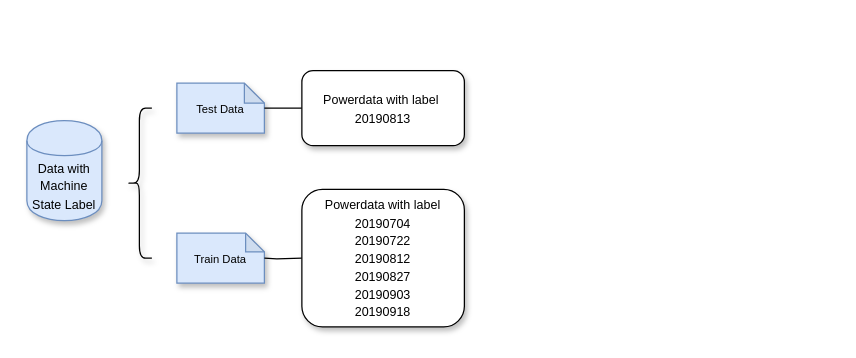
The draw.io diagram knndata.drawio in nimeng95/monika, before the edit. Source tidied: cells renumbered, new cells numbered last; positions are measured from the earlier drawing's top-left corner, leaving out a move shared by most shapes. Both pictures are drawn from the tidied source at 125%, with x=0, y=0 at pixel (26, 70).
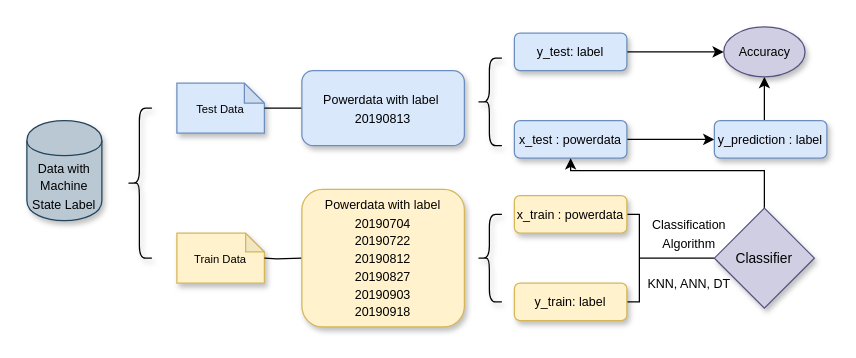
The same page after the edit.

Diff of the diagram source:
```diff
@@
-    <mxCell id="3" value="&lt;font style=&quot;font-size: 9px&quot;&gt;Train Data&lt;/font&gt;" style="shape=note;whiteSpace=wrap;html=1;backgroundOutline=1;darkOpacity=0.05;fillColor=#dae8fc;strokeColor=#6c8ebf;shadow=1;size=15;" parent="1" vertex="1">
+    <mxCell id="3" value="&lt;font style=&quot;font-size: 9px&quot;&gt;Train Data&lt;/font&gt;" style="shape=note;whiteSpace=wrap;html=1;backgroundOutline=1;darkOpacity=0.05;fillColor=#fff2cc;strokeColor=#d6b656;shadow=1;size=15;" parent="1" vertex="1">
       <mxGeometry x="120" y="130" width="70" height="40" as="geometry" />
     </mxCell>
-    <mxCell id="4" value="&lt;font style=&quot;font-size: 10px&quot;&gt;Data with Machine State Label&lt;/font&gt;" style="shape=cylinder;whiteSpace=wrap;html=1;boundedLbl=1;backgroundOutline=1;fillColor=#dae8fc;strokeColor=#6c8ebf;shadow=1;" parent="1" vertex="1">
+    <mxCell id="4" value="&lt;font style=&quot;font-size: 10px&quot;&gt;Data with Machine State Label&lt;/font&gt;" style="shape=cylinder;whiteSpace=wrap;html=1;boundedLbl=1;backgroundOutline=1;shadow=1;fillColor=#bac8d3;strokeColor=#23445d;" parent="1" vertex="1">
       <mxGeometry y="40" width="60" height="80" as="geometry" />
     </mxCell>
@@
-    <mxCell id="8" value="&lt;font style=&quot;font-size: 10px&quot;&gt;&lt;span style=&quot;white-space: normal&quot;&gt;Powerdata with label&amp;nbsp;&lt;/span&gt;&lt;br style=&quot;white-space: normal&quot;&gt;&lt;span style=&quot;white-space: normal&quot;&gt;20190813&lt;/span&gt;&lt;/font&gt;" style="rounded=1;whiteSpace=wrap;html=1;shadow=1;" parent="1" vertex="1">
+    <mxCell id="8" value="&lt;font style=&quot;font-size: 10px&quot;&gt;&lt;span style=&quot;white-space: normal&quot;&gt;Powerdata with label&amp;nbsp;&lt;/span&gt;&lt;br style=&quot;white-space: normal&quot;&gt;&lt;span style=&quot;white-space: normal&quot;&gt;20190813&lt;/span&gt;&lt;/font&gt;" style="rounded=1;whiteSpace=wrap;html=1;shadow=1;fillColor=#dae8fc;strokeColor=#6c8ebf;" parent="1" vertex="1">
       <mxGeometry x="220" width="130" height="60" as="geometry" />
     </mxCell>
-    <mxCell id="9" value="&lt;span style=&quot;font-size: 10px ; white-space: normal&quot;&gt;Powerdata with label 20190704&lt;/span&gt;&lt;br style=&quot;font-size: 10px ; white-space: normal&quot;&gt;&lt;span style=&quot;font-size: 10px ; white-space: normal&quot;&gt;20190722&lt;/span&gt;&lt;br style=&quot;font-size: 10px ; white-space: normal&quot;&gt;&lt;span style=&quot;font-size: 10px ; white-space: normal&quot;&gt;20190812&lt;/span&gt;&lt;br style=&quot;font-size: 10px ; white-space: normal&quot;&gt;&lt;span style=&quot;font-size: 10px ; white-space: normal&quot;&gt;20190827&lt;/span&gt;&lt;br style=&quot;font-size: 10px ; white-space: normal&quot;&gt;&lt;span style=&quot;font-size: 10px ; white-space: normal&quot;&gt;20190903&lt;/span&gt;&lt;br style=&quot;font-size: 10px ; white-space: normal&quot;&gt;&lt;span style=&quot;font-size: 10px ; white-space: normal&quot;&gt;20190918&lt;/span&gt;" style="rounded=1;whiteSpace=wrap;html=1;shadow=1;" parent="1" vertex="1">
+    <mxCell id="9" value="&lt;span style=&quot;font-size: 10px ; white-space: normal&quot;&gt;Powerdata with label 20190704&lt;/span&gt;&lt;br style=&quot;font-size: 10px ; white-space: normal&quot;&gt;&lt;span style=&quot;font-size: 10px ; white-space: normal&quot;&gt;20190722&lt;/span&gt;&lt;br style=&quot;font-size: 10px ; white-space: normal&quot;&gt;&lt;span style=&quot;font-size: 10px ; white-space: normal&quot;&gt;20190812&lt;/span&gt;&lt;br style=&quot;font-size: 10px ; white-space: normal&quot;&gt;&lt;span style=&quot;font-size: 10px ; white-space: normal&quot;&gt;20190827&lt;/span&gt;&lt;br style=&quot;font-size: 10px ; white-space: normal&quot;&gt;&lt;span style=&quot;font-size: 10px ; white-space: normal&quot;&gt;20190903&lt;/span&gt;&lt;br style=&quot;font-size: 10px ; white-space: normal&quot;&gt;&lt;span style=&quot;font-size: 10px ; white-space: normal&quot;&gt;20190918&lt;/span&gt;" style="rounded=1;whiteSpace=wrap;html=1;shadow=1;fillColor=#fff2cc;strokeColor=#d6b656;" parent="1" vertex="1">
       <mxGeometry x="220" y="95" width="130" height="110" as="geometry" />
     </mxCell>
+    <mxCell id="10" style="shape=curlyBracket;whiteSpace=wrap;html=1;rounded=1;shadow=1;" parent="1" vertex="1">
+      <mxGeometry x="360" y="-10" width="20" height="70" as="geometry" />
+    </mxCell>
+    <mxCell id="11" style="shape=curlyBracket;whiteSpace=wrap;html=1;rounded=1;shadow=1;" parent="1" vertex="1">
+      <mxGeometry x="360" y="115" width="20" height="70" as="geometry" />
+    </mxCell>
+    <mxCell id="12" style="edgeStyle=orthogonalEdgeStyle;rounded=0;jettySize=auto;html=1;exitX=1;exitY=0.5;exitDx=0;exitDy=0;endArrow=classic;endFill=1;" parent="1" edge="1" source="13" target="20">
+      <mxGeometry relative="1" as="geometry" />
+    </mxCell>
+    <mxCell id="13" value="&lt;font style=&quot;font-size: 10px&quot;&gt;x_test : powerdata&lt;/font&gt;" style="rounded=1;whiteSpace=wrap;html=1;shadow=1;fillColor=#dae8fc;strokeColor=#6c8ebf;" parent="1" vertex="1">
+      <mxGeometry x="390" y="40" width="90" height="30" as="geometry" />
+    </mxCell>
+    <mxCell id="14" style="edgeStyle=orthogonalEdgeStyle;rounded=0;jettySize=auto;html=1;exitX=1;exitY=0.5;exitDx=0;exitDy=0;entryX=0;entryY=0.5;entryDx=0;entryDy=0;endArrow=classic;endFill=1;" parent="1" edge="1" source="15" target="26">
+      <mxGeometry relative="1" as="geometry" />
+    </mxCell>
+    <mxCell id="15" value="&lt;font style=&quot;font-size: 10px&quot;&gt;y_test: label&lt;/font&gt;" style="rounded=1;whiteSpace=wrap;html=1;shadow=1;fillColor=#dae8fc;strokeColor=#6c8ebf;" parent="1" vertex="1">
+      <mxGeometry x="390" y="-30" width="90" height="30" as="geometry" />
+    </mxCell>
+    <mxCell id="16" style="edgeStyle=orthogonalEdgeStyle;rounded=0;jettySize=auto;html=1;exitX=1;exitY=0.5;exitDx=0;exitDy=0;entryX=1;entryY=0.5;entryDx=0;entryDy=0;endArrow=none;endFill=0;" parent="1" edge="1" source="17" target="18">
+      <mxGeometry relative="1" as="geometry">
+        <Array as="points">
+          <mxPoint x="490" y="115" />
+          <mxPoint x="490" y="185" />
+        </Array>
+      </mxGeometry>
+    </mxCell>
+    <mxCell id="17" value="&lt;font style=&quot;font-size: 10px&quot;&gt;x_train : powerdata&lt;/font&gt;" style="rounded=1;whiteSpace=wrap;html=1;shadow=1;fillColor=#fff2cc;strokeColor=#d6b656;" parent="1" vertex="1">
+      <mxGeometry x="390" y="100" width="90" height="30" as="geometry" />
+    </mxCell>
+    <mxCell id="18" value="&lt;font style=&quot;font-size: 10px&quot;&gt;y_train: label&lt;/font&gt;" style="rounded=1;whiteSpace=wrap;html=1;shadow=1;fillColor=#fff2cc;strokeColor=#d6b656;" parent="1" vertex="1">
+      <mxGeometry x="390" y="170" width="90" height="30" as="geometry" />
+    </mxCell>
+    <mxCell id="19" style="edgeStyle=orthogonalEdgeStyle;rounded=0;jettySize=auto;html=1;exitX=0.5;exitY=0;exitDx=0;exitDy=0;entryX=0.5;entryY=1;entryDx=0;entryDy=0;endArrow=classic;endFill=1;" parent="1" edge="1" source="20" target="26">
+      <mxGeometry relative="1" as="geometry" />
+    </mxCell>
+    <mxCell id="20" value="&lt;font style=&quot;font-size: 10px&quot;&gt;y_prediction : label&lt;/font&gt;" style="rounded=1;whiteSpace=wrap;html=1;shadow=1;fillColor=#dae8fc;strokeColor=#6c8ebf;" parent="1" vertex="1">
+      <mxGeometry x="550" y="40" width="90" height="30" as="geometry" />
+    </mxCell>
+    <mxCell id="21" style="edgeStyle=orthogonalEdgeStyle;rounded=0;jettySize=auto;html=1;exitX=0;exitY=0.5;exitDx=0;exitDy=0;endArrow=none;endFill=0;" parent="1" edge="1" source="23">
+      <mxGeometry relative="1" as="geometry">
+        <mxPoint x="490" y="150" as="targetPoint" />
+      </mxGeometry>
+    </mxCell>
+    <mxCell id="22" style="edgeStyle=orthogonalEdgeStyle;rounded=0;jettySize=auto;html=1;exitX=0.5;exitY=0;exitDx=0;exitDy=0;entryX=0.5;entryY=1;entryDx=0;entryDy=0;endArrow=classic;endFill=1;" parent="1" edge="1" source="23" target="13">
+      <mxGeometry relative="1" as="geometry">
+        <Array as="points">
+          <mxPoint x="590" y="80" />
+          <mxPoint x="435" y="80" />
+        </Array>
+      </mxGeometry>
+    </mxCell>
+    <mxCell id="23" value="&lt;font style=&quot;font-size: 11px&quot;&gt;Classifier&lt;/font&gt;" style="rhombus;whiteSpace=wrap;html=1;shadow=1;fillColor=#d0cee2;strokeColor=#56517e;" parent="1" vertex="1">
+      <mxGeometry x="550" y="110" width="80" height="80" as="geometry" />
+    </mxCell>
+    <mxCell id="24" value="&lt;font style=&quot;font-size: 10px&quot;&gt;Classification &lt;br&gt;Algorithm&lt;/font&gt;" style="text;html=1;strokeColor=none;fillColor=none;align=center;verticalAlign=middle;whiteSpace=wrap;rounded=0;shadow=1;" parent="1" vertex="1">
+      <mxGeometry x="490" y="110" width="80" height="40" as="geometry" />
+    </mxCell>
+    <mxCell id="25" value="&lt;font size=&quot;1&quot;&gt;KNN, ANN, DT&lt;/font&gt;" style="text;html=1;strokeColor=none;fillColor=none;align=center;verticalAlign=middle;whiteSpace=wrap;rounded=0;shadow=1;" parent="1" vertex="1">
+      <mxGeometry x="490" y="150" width="80" height="40" as="geometry" />
+    </mxCell>
+    <mxCell id="26" value="&lt;font style=&quot;font-size: 10px&quot;&gt;Accuracy&lt;/font&gt;" style="ellipse;whiteSpace=wrap;html=1;shadow=1;fillColor=#d0cee2;strokeColor=#56517e;" parent="1" vertex="1">
+      <mxGeometry x="557.5" y="-35" width="65" height="40" as="geometry" />
+    </mxCell>
```
